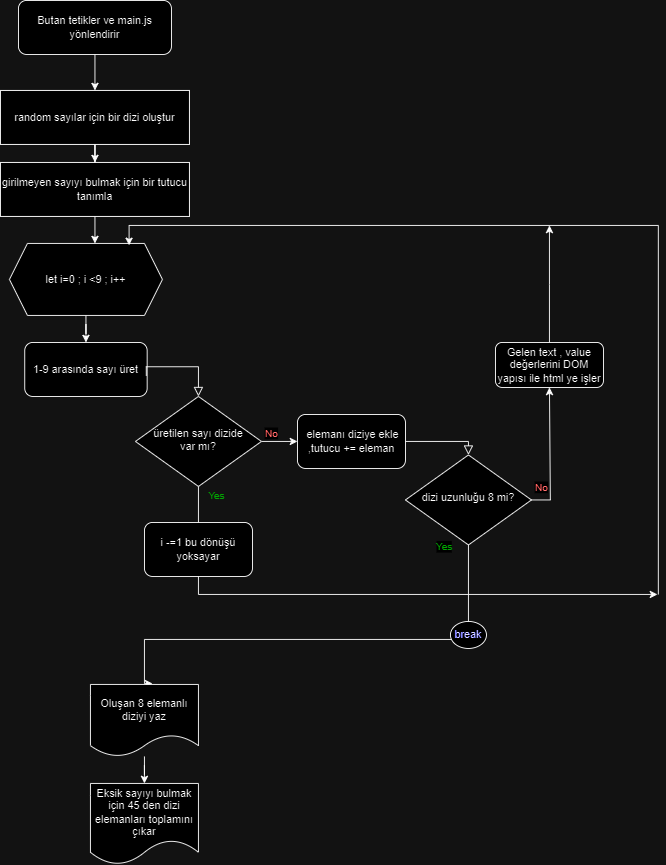
Above: image/algo-2.png in ahmetkeser/posibilities-V2 (draw.io), before the change. Source tidied: cells renumbered, new cells last; positions are measured from the earlier drawing's top-left corner, leaving out a move shared by most shapes. Source of this version:
```xml
<mxGraphModel>
  <root>
    <mxCell id="0" />
    <mxCell id="1" parent="0" />
    <mxCell id="2" style="edgeStyle=orthogonalEdgeStyle;rounded=0;jettySize=auto;html=1;" parent="1" edge="1" source="3" target="9">
      <mxGeometry relative="1" as="geometry" />
    </mxCell>
    <mxCell id="3" value="Butan tetikler ve main.js yönlendirir" style="rounded=1;whiteSpace=wrap;html=1;fontSize=12;glass=0;strokeWidth=1;shadow=0;" parent="1" vertex="1">
      <mxGeometry x="20" width="170" height="60" as="geometry" />
    </mxCell>
    <mxCell id="4" style="edgeStyle=orthogonalEdgeStyle;rounded=0;jettySize=auto;html=1;" parent="1" edge="1" source="5">
      <mxGeometry relative="1" as="geometry">
        <mxPoint x="610" y="250" as="targetPoint" />
      </mxGeometry>
    </mxCell>
    <mxCell id="5" value="Gelen text , value değerlerini DOM yapısı ile html ye işler" style="rounded=1;whiteSpace=wrap;html=1;fontSize=12;glass=0;strokeWidth=1;shadow=0;" parent="1" vertex="1">
      <mxGeometry x="550" y="380" width="120" height="50" as="geometry" />
    </mxCell>
    <mxCell id="6" style="edgeStyle=orthogonalEdgeStyle;rounded=0;jettySize=auto;html=1;" parent="1" edge="1" source="7" target="12">
      <mxGeometry relative="1" as="geometry" />
    </mxCell>
    <mxCell id="7" value="let i=0 ; i &amp;lt;9 ; i++" style="shape=hexagon;perimeter=hexagonPerimeter2;whiteSpace=wrap;html=1;fixedSize=1;" parent="1" vertex="1">
      <mxGeometry x="10" y="270" width="170" height="80" as="geometry" />
    </mxCell>
    <mxCell id="8" style="edgeStyle=orthogonalEdgeStyle;rounded=0;jettySize=auto;html=1;" parent="1" edge="1" source="9" target="11">
      <mxGeometry relative="1" as="geometry" />
    </mxCell>
    <mxCell id="9" value="random sayılar için bir dizi oluştur" style="rounded=0;whiteSpace=wrap;html=1;" parent="1" vertex="1">
      <mxGeometry y="100" width="210" height="60" as="geometry" />
    </mxCell>
    <mxCell id="10" style="edgeStyle=orthogonalEdgeStyle;rounded=0;jettySize=auto;html=1;" parent="1" edge="1" source="11" target="7">
      <mxGeometry relative="1" as="geometry">
        <Array as="points">
          <mxPoint x="105" y="270" />
          <mxPoint x="105" y="270" />
        </Array>
      </mxGeometry>
    </mxCell>
    <mxCell id="11" value="girilmeyen sayıyı bulmak için bir tutucu tanımla" style="rounded=0;whiteSpace=wrap;html=1;" parent="1" vertex="1">
      <mxGeometry y="180" width="210" height="60" as="geometry" />
    </mxCell>
    <mxCell id="12" value="1-9 arasında sayı üret" style="rounded=1;whiteSpace=wrap;html=1;" parent="1" vertex="1">
      <mxGeometry x="27" y="380" width="136" height="60" as="geometry" />
    </mxCell>
    <mxCell id="13" value="&amp;nbsp;elemanı diziye ekle&lt;br&gt;,tutucu += eleman" style="rounded=1;whiteSpace=wrap;html=1;" parent="1" vertex="1">
      <mxGeometry x="330" y="460" width="120" height="60" as="geometry" />
    </mxCell>
    <mxCell id="14" style="edgeStyle=orthogonalEdgeStyle;rounded=0;html=1;jettySize=auto;fontSize=11;endArrow=block;endFill=0;endSize=8;strokeWidth=1;shadow=0;labelBackgroundColor=none;exitX=1;exitY=0.5;exitDx=0;exitDy=0;" parent="1" edge="1" source="13" target="21">
      <mxGeometry x="1" y="-117" relative="1" as="geometry">
        <Array as="points">
          <mxPoint x="520" y="490" />
        </Array>
        <mxPoint x="17" y="61" as="offset" />
      </mxGeometry>
    </mxCell>
    <mxCell id="15" style="edgeStyle=orthogonalEdgeStyle;rounded=0;jettySize=auto;html=1;" parent="1" edge="1" source="16" target="13">
      <mxGeometry relative="1" as="geometry" />
    </mxCell>
    <mxCell id="16" value="üretilen sayı dizide&lt;br&gt;var mı?" style="rhombus;whiteSpace=wrap;html=1;shadow=0;fontFamily=Helvetica;fontSize=12;align=center;strokeWidth=1;spacing=6;spacingTop=-4;" parent="1" vertex="1">
      <mxGeometry x="150" y="440" width="140" height="100" as="geometry" />
    </mxCell>
    <mxCell id="17" value="Yes" style="rounded=0;html=1;jettySize=auto;fontSize=11;endArrow=block;endFill=0;endSize=8;strokeWidth=1;shadow=0;labelBackgroundColor=none;edgeStyle=orthogonalEdgeStyle;exitX=0.993;exitY=0.617;exitDx=0;exitDy=0;exitPerimeter=0;entryX=0.5;entryY=0;entryDx=0;entryDy=0;fontColor=#00CC00;" parent="1" edge="1" source="12" target="16">
      <mxGeometry x="1" y="112" relative="1" as="geometry">
        <Array as="points">
          <mxPoint x="162" y="407" />
          <mxPoint x="220" y="407" />
        </Array>
        <mxPoint x="-92" y="110" as="offset" />
      </mxGeometry>
    </mxCell>
    <mxCell id="18" style="rounded=0;jettySize=auto;html=1;strokeWidth=1;endSize=6;entryX=0.782;entryY=0.025;entryDx=0;entryDy=0;entryPerimeter=0;edgeStyle=elbowEdgeStyle;elbow=vertical;" parent="1" edge="1" target="7">
      <mxGeometry relative="1" as="geometry">
        <mxPoint x="731" y="660" as="sourcePoint" />
        <Array as="points">
          <mxPoint x="431" y="250" />
        </Array>
      </mxGeometry>
    </mxCell>
    <mxCell id="19" style="edgeStyle=orthogonalEdgeStyle;rounded=0;jettySize=auto;html=1;exitX=1;exitY=0.5;exitDx=0;exitDy=0;" parent="1" edge="1" source="21">
      <mxGeometry relative="1" as="geometry">
        <mxPoint x="610" y="430" as="targetPoint" />
        <Array as="points">
          <mxPoint x="611" y="555" />
        </Array>
      </mxGeometry>
    </mxCell>
    <mxCell id="20" style="edgeStyle=orthogonalEdgeStyle;rounded=0;jettySize=auto;html=1;entryX=0.575;entryY=-0.012;entryDx=0;entryDy=0;entryPerimeter=0;" parent="1" edge="1" source="30" target="27">
      <mxGeometry relative="1" as="geometry">
        <Array as="points">
          <mxPoint x="160" y="710" />
          <mxPoint x="160" y="759" />
        </Array>
      </mxGeometry>
    </mxCell>
    <mxCell id="21" value="dizi uzunluğu 8 mi?" style="rhombus;whiteSpace=wrap;html=1;shadow=0;fontFamily=Helvetica;fontSize=12;align=center;strokeWidth=1;spacing=6;spacingTop=-4;" parent="1" vertex="1">
      <mxGeometry x="450" y="505" width="140" height="100" as="geometry" />
    </mxCell>
    <mxCell id="22" style="rounded=0;jettySize=auto;html=1;strokeWidth=1;endSize=6;edgeStyle=elbowEdgeStyle;exitX=0.5;exitY=1;exitDx=0;exitDy=0;" parent="1" edge="1" source="16">
      <mxGeometry relative="1" as="geometry">
        <mxPoint x="730" y="660" as="targetPoint" />
        <Array as="points">
          <mxPoint x="220" y="570" />
          <mxPoint x="420" y="530" />
          <mxPoint x="670" y="560" />
        </Array>
      </mxGeometry>
    </mxCell>
    <mxCell id="23" value="&lt;font color=&quot;#ff3333&quot;&gt;No&lt;/font&gt;" style="edgeLabel;html=1;align=center;verticalAlign=middle;" parent="1" vertex="1">
      <mxGeometry x="600" y="540" as="geometry" />
    </mxCell>
    <mxCell id="24" value="&lt;font color=&quot;#ff3333&quot;&gt;No&lt;/font&gt;" style="edgeLabel;html=1;align=center;verticalAlign=middle;" parent="1" vertex="1">
      <mxGeometry x="300" y="480" as="geometry" />
    </mxCell>
    <mxCell id="25" value="&lt;font color=&quot;#00cc00&quot;&gt;Yes&lt;/font&gt;" style="edgeLabel;html=1;align=center;verticalAlign=middle;" parent="1" vertex="1">
      <mxGeometry x="310" y="490" as="geometry">
        <mxPoint x="182" y="116" as="offset" />
      </mxGeometry>
    </mxCell>
    <mxCell id="26" style="edgeStyle=orthogonalEdgeStyle;rounded=0;jettySize=auto;html=1;" parent="1" edge="1" source="27" target="28">
      <mxGeometry relative="1" as="geometry" />
    </mxCell>
    <mxCell id="27" value="Oluşan 8 elemanlı diziyi yaz" style="shape=document;whiteSpace=wrap;html=1;boundedLbl=1;" parent="1" vertex="1">
      <mxGeometry x="100" y="760" width="120" height="80" as="geometry" />
    </mxCell>
    <mxCell id="28" value="Eksik sayıyı bulmak için 45 den dizi elemanları toplamını çıkar" style="shape=document;whiteSpace=wrap;html=1;boundedLbl=1;" parent="1" vertex="1">
      <mxGeometry x="100" y="870" width="120" height="90" as="geometry" />
    </mxCell>
    <mxCell id="29" style="edgeStyle=orthogonalEdgeStyle;rounded=0;jettySize=auto;html=1;entryX=0.575;entryY=-0.012;entryDx=0;entryDy=0;entryPerimeter=0;" parent="1" edge="1" source="21" target="30">
      <mxGeometry relative="1" as="geometry">
        <Array as="points">
          <mxPoint x="520" y="710" />
        </Array>
      </mxGeometry>
    </mxCell>
    <mxCell id="30" value="&lt;font color=&quot;#0000cc&quot;&gt;break&lt;/font&gt;" style="ellipse;whiteSpace=wrap;html=1;" parent="1" vertex="1">
      <mxGeometry x="500" y="690" width="40" height="30" as="geometry" />
    </mxCell>
    <mxCell id="31" value="i -=1 bu dönüşü yoksayar" style="rounded=1;whiteSpace=wrap;html=1;" parent="1" vertex="1">
      <mxGeometry x="160" y="580" width="120" height="60" as="geometry" />
    </mxCell>
  </root>
</mxGraphModel>
```
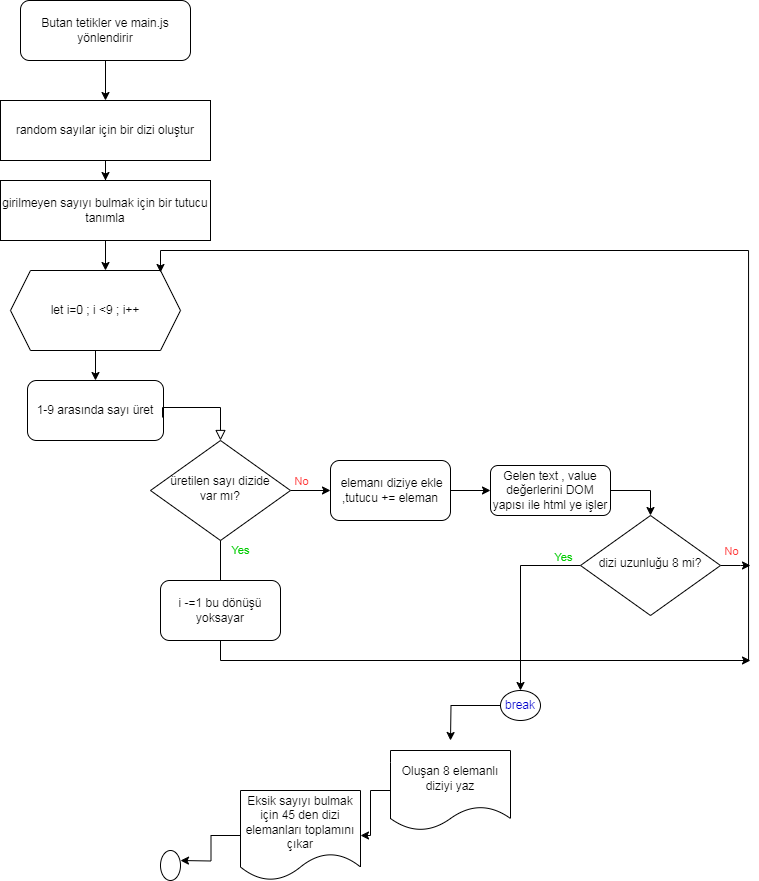
The same diagram one commit later.

What changed in the source:
```diff
@@ -8,13 +8,15 @@
     <mxCell id="3" value="Butan tetikler ve main.js yönlendirir" style="rounded=1;whiteSpace=wrap;html=1;fontSize=12;glass=0;strokeWidth=1;shadow=0;" parent="1" vertex="1">
       <mxGeometry x="20" width="170" height="60" as="geometry" />
     </mxCell>
-    <mxCell id="4" style="edgeStyle=orthogonalEdgeStyle;rounded=0;jettySize=auto;html=1;" parent="1" edge="1" source="5">
-      <mxGeometry relative="1" as="geometry">
-        <mxPoint x="610" y="250" as="targetPoint" />
-      </mxGeometry>
-    </mxCell>
+    <mxCell id="32" style="edgeStyle=elbowEdgeStyle;rounded=0;jettySize=auto;html=1;elbow=vertical;entryX=0.5;entryY=0;entryDx=0;entryDy=0;" parent="1" edge="1" source="5" target="21">
+      <mxGeometry relative="1" as="geometry">
+        <Array as="points">
+          <mxPoint x="650" y="490" />
+        </Array>
+      </mxGeometry>
+    </mxCell>
     <mxCell id="5" value="Gelen text , value değerlerini DOM yapısı ile html ye işler" style="rounded=1;whiteSpace=wrap;html=1;fontSize=12;glass=0;strokeWidth=1;shadow=0;" parent="1" vertex="1">
-      <mxGeometry x="550" y="380" width="120" height="50" as="geometry" />
+      <mxGeometry x="490" y="465" width="120" height="50" as="geometry" />
     </mxCell>
     <mxCell id="6" style="edgeStyle=orthogonalEdgeStyle;rounded=0;jettySize=auto;html=1;" parent="1" edge="1" source="7" target="12">
       <mxGeometry relative="1" as="geometry" />
@@ -42,17 +44,12 @@
     <mxCell id="12" value="1-9 arasında sayı üret" style="rounded=1;whiteSpace=wrap;html=1;" parent="1" vertex="1">
       <mxGeometry x="27" y="380" width="136" height="60" as="geometry" />
     </mxCell>
+    <mxCell id="33" style="edgeStyle=orthogonalEdgeStyle;rounded=0;jettySize=auto;html=1;" parent="1" edge="1" source="13" target="5">
+      <mxGeometry relative="1" as="geometry" />
+    </mxCell>
     <mxCell id="13" value="&amp;nbsp;elemanı diziye ekle&lt;br&gt;,tutucu += eleman" style="rounded=1;whiteSpace=wrap;html=1;" parent="1" vertex="1">
       <mxGeometry x="330" y="460" width="120" height="60" as="geometry" />
     </mxCell>
-    <mxCell id="14" style="edgeStyle=orthogonalEdgeStyle;rounded=0;html=1;jettySize=auto;fontSize=11;endArrow=block;endFill=0;endSize=8;strokeWidth=1;shadow=0;labelBackgroundColor=none;exitX=1;exitY=0.5;exitDx=0;exitDy=0;" parent="1" edge="1" source="13" target="21">
-      <mxGeometry x="1" y="-117" relative="1" as="geometry">
-        <Array as="points">
-          <mxPoint x="520" y="490" />
-        </Array>
-        <mxPoint x="17" y="61" as="offset" />
-      </mxGeometry>
-    </mxCell>
     <mxCell id="15" style="edgeStyle=orthogonalEdgeStyle;rounded=0;jettySize=auto;html=1;" parent="1" edge="1" source="16" target="13">
       <mxGeometry relative="1" as="geometry" />
     </mxCell>
@@ -68,36 +65,29 @@
         <mxPoint x="-92" y="110" as="offset" />
       </mxGeometry>
     </mxCell>
-    <mxCell id="18" style="rounded=0;jettySize=auto;html=1;strokeWidth=1;endSize=6;entryX=0.782;entryY=0.025;entryDx=0;entryDy=0;entryPerimeter=0;edgeStyle=elbowEdgeStyle;elbow=vertical;" parent="1" edge="1" target="7">
+    <mxCell id="18" style="rounded=0;orthogonalLoop=1;jettySize=auto;html=1;strokeWidth=1;endSize=6;entryX=0.782;entryY=0.025;entryDx=0;entryDy=0;entryPerimeter=0;edgeStyle=elbowEdgeStyle;elbow=vertical;" parent="1" edge="1">
       <mxGeometry relative="1" as="geometry">
-        <mxPoint x="731" y="660" as="sourcePoint" />
+        <mxPoint x="748" y="660" as="sourcePoint" />
+        <mxPoint x="160" y="272" as="targetPoint" />
         <Array as="points">
-          <mxPoint x="431" y="250" />
+          <mxPoint x="448.1" y="250" />
         </Array>
       </mxGeometry>
     </mxCell>
-    <mxCell id="19" style="edgeStyle=orthogonalEdgeStyle;rounded=0;jettySize=auto;html=1;exitX=1;exitY=0.5;exitDx=0;exitDy=0;" parent="1" edge="1" source="21">
-      <mxGeometry relative="1" as="geometry">
-        <mxPoint x="610" y="430" as="targetPoint" />
-        <Array as="points">
-          <mxPoint x="611" y="555" />
-        </Array>
-      </mxGeometry>
-    </mxCell>
-    <mxCell id="20" style="edgeStyle=orthogonalEdgeStyle;rounded=0;jettySize=auto;html=1;entryX=0.575;entryY=-0.012;entryDx=0;entryDy=0;entryPerimeter=0;" parent="1" edge="1" source="30" target="27">
-      <mxGeometry relative="1" as="geometry">
-        <Array as="points">
-          <mxPoint x="160" y="710" />
-          <mxPoint x="160" y="759" />
-        </Array>
-      </mxGeometry>
-    </mxCell>
+    <mxCell id="34" style="edgeStyle=orthogonalEdgeStyle;rounded=0;jettySize=auto;html=1;" parent="1" edge="1" source="21">
+      <mxGeometry relative="1" as="geometry">
+        <mxPoint x="750" y="565" as="targetPoint" />
+      </mxGeometry>
+    </mxCell>
+    <mxCell id="29" style="edgeStyle=orthogonalEdgeStyle;rounded=0;jettySize=auto;html=1;entryX=0.5;entryY=0;entryDx=0;entryDy=0;" parent="1" edge="1" source="21" target="30">
+      <mxGeometry relative="1" as="geometry" />
+    </mxCell>
     <mxCell id="21" value="dizi uzunluğu 8 mi?" style="rhombus;whiteSpace=wrap;html=1;shadow=0;fontFamily=Helvetica;fontSize=12;align=center;strokeWidth=1;spacing=6;spacingTop=-4;" parent="1" vertex="1">
-      <mxGeometry x="450" y="505" width="140" height="100" as="geometry" />
+      <mxGeometry x="580" y="515" width="140" height="100" as="geometry" />
     </mxCell>
     <mxCell id="22" style="rounded=0;jettySize=auto;html=1;strokeWidth=1;endSize=6;edgeStyle=elbowEdgeStyle;exitX=0.5;exitY=1;exitDx=0;exitDy=0;" parent="1" edge="1" source="16">
       <mxGeometry relative="1" as="geometry">
-        <mxPoint x="730" y="660" as="targetPoint" />
+        <mxPoint x="750" y="660" as="targetPoint" />
         <Array as="points">
           <mxPoint x="220" y="570" />
           <mxPoint x="420" y="530" />
@@ -106,13 +96,13 @@
       </mxGeometry>
     </mxCell>
     <mxCell id="23" value="&lt;font color=&quot;#ff3333&quot;&gt;No&lt;/font&gt;" style="edgeLabel;html=1;align=center;verticalAlign=middle;" parent="1" vertex="1">
-      <mxGeometry x="600" y="540" as="geometry" />
+      <mxGeometry x="730" y="550" as="geometry" />
     </mxCell>
     <mxCell id="24" value="&lt;font color=&quot;#ff3333&quot;&gt;No&lt;/font&gt;" style="edgeLabel;html=1;align=center;verticalAlign=middle;" parent="1" vertex="1">
       <mxGeometry x="300" y="480" as="geometry" />
     </mxCell>
     <mxCell id="25" value="&lt;font color=&quot;#00cc00&quot;&gt;Yes&lt;/font&gt;" style="edgeLabel;html=1;align=center;verticalAlign=middle;" parent="1" vertex="1">
-      <mxGeometry x="310" y="490" as="geometry">
+      <mxGeometry x="380" y="440" as="geometry">
         <mxPoint x="182" y="116" as="offset" />
       </mxGeometry>
     </mxCell>
@@ -120,23 +110,29 @@
       <mxGeometry relative="1" as="geometry" />
     </mxCell>
     <mxCell id="27" value="Oluşan 8 elemanlı diziyi yaz" style="shape=document;whiteSpace=wrap;html=1;boundedLbl=1;" parent="1" vertex="1">
-      <mxGeometry x="100" y="760" width="120" height="80" as="geometry" />
+      <mxGeometry x="390" y="750" width="120" height="80" as="geometry" />
     </mxCell>
+    <mxCell id="35" style="edgeStyle=orthogonalEdgeStyle;rounded=0;jettySize=auto;html=1;" parent="1" edge="1" source="28">
+      <mxGeometry relative="1" as="geometry">
+        <mxPoint x="180" y="860" as="targetPoint" />
+      </mxGeometry>
+    </mxCell>
     <mxCell id="28" value="Eksik sayıyı bulmak için 45 den dizi elemanları toplamını çıkar" style="shape=document;whiteSpace=wrap;html=1;boundedLbl=1;" parent="1" vertex="1">
-      <mxGeometry x="100" y="870" width="120" height="90" as="geometry" />
+      <mxGeometry x="240" y="790" width="120" height="90" as="geometry" />
     </mxCell>
-    <mxCell id="29" style="edgeStyle=orthogonalEdgeStyle;rounded=0;jettySize=auto;html=1;entryX=0.575;entryY=-0.012;entryDx=0;entryDy=0;entryPerimeter=0;" parent="1" edge="1" source="21" target="30">
-      <mxGeometry relative="1" as="geometry">
-        <Array as="points">
-          <mxPoint x="520" y="710" />
-        </Array>
-      </mxGeometry>
-    </mxCell>
+    <mxCell id="36" style="edgeStyle=orthogonalEdgeStyle;rounded=0;jettySize=auto;html=1;" parent="1" edge="1" source="30">
+      <mxGeometry relative="1" as="geometry">
+        <mxPoint x="450" y="740" as="targetPoint" />
+      </mxGeometry>
+    </mxCell>
     <mxCell id="30" value="&lt;font color=&quot;#0000cc&quot;&gt;break&lt;/font&gt;" style="ellipse;whiteSpace=wrap;html=1;" parent="1" vertex="1">
       <mxGeometry x="500" y="690" width="40" height="30" as="geometry" />
     </mxCell>
     <mxCell id="31" value="i -=1 bu dönüşü yoksayar" style="rounded=1;whiteSpace=wrap;html=1;" parent="1" vertex="1">
       <mxGeometry x="160" y="580" width="120" height="60" as="geometry" />
     </mxCell>
+    <mxCell id="37" style="ellipse;whiteSpace=wrap;html=1;" parent="1" vertex="1">
+      <mxGeometry x="160" y="850" width="20" height="30" as="geometry" />
+    </mxCell>
   </root>
 </mxGraphModel>
```
